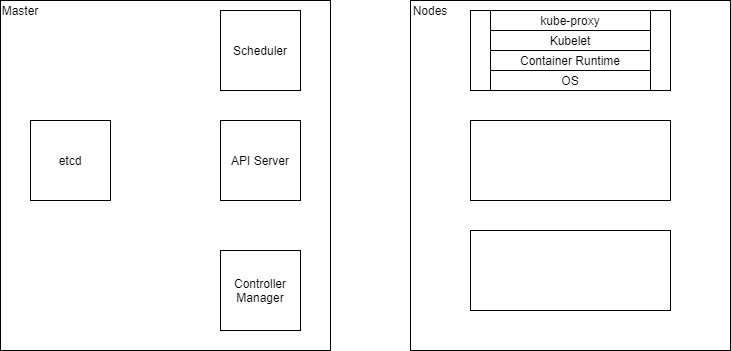
Earlier version of the draw.io export images/Kubernetes-detailed.png (malliparitala/kubernetes-samples). Source tidied: cells renumbered, new cells last; positions are measured from the earlier drawing's top-left corner, leaving out a move shared by most shapes.
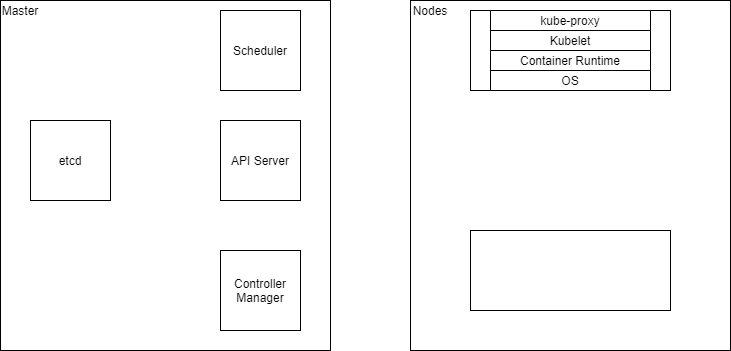
Later version of the same file.

Diff of the diagram source:
```diff
@@ -29,9 +29,6 @@
     <mxCell id="10" style="rounded=0;whiteSpace=wrap;html=1;" parent="1" vertex="1">
       <mxGeometry x="470" y="10" width="200" height="80" as="geometry" />
     </mxCell>
-    <mxCell id="11" style="rounded=0;whiteSpace=wrap;html=1;" parent="1" vertex="1">
-      <mxGeometry x="470" y="120" width="200" height="80" as="geometry" />
-    </mxCell>
     <mxCell id="12" style="rounded=0;whiteSpace=wrap;html=1;" parent="1" vertex="1">
       <mxGeometry x="470" y="230" width="200" height="80" as="geometry" />
     </mxCell>
```
